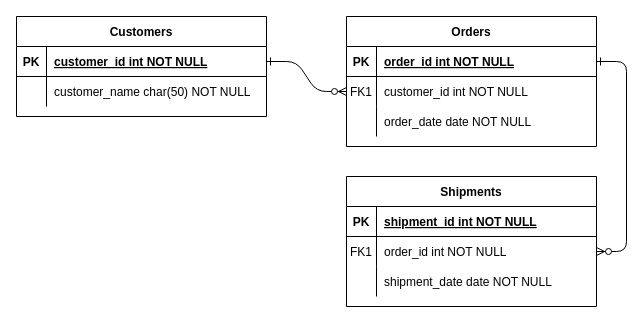
Earlier version of the draw.io diagram ER-diagram.drawio (rakshajp/arco-test). Source tidied: cells renumbered, new cells numbered last; positions are measured from the earlier drawing's top-left corner, leaving out a move shared by most shapes. Both pictures are drawn from the tidied source at 100%, with x=0, y=0 at pixel (16, 16).
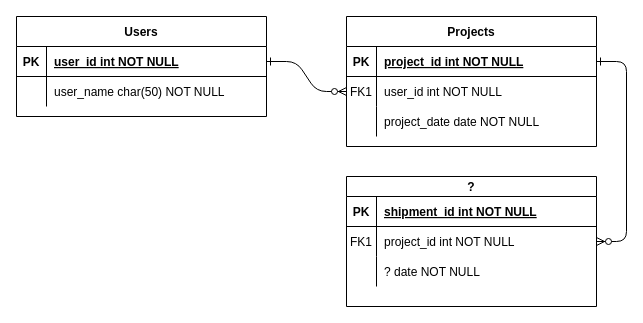
After the change.

Unchanged cells that the change refers to:
```xml
<mxCell id="5" style="shape=partialRectangle;fillColor=none;points=[[0,0.5],[1,0.5]];portConstraint=eastwest;top=0;left=0;right=0;bottom=1;" parent="4" vertex="1">
  <mxGeometry y="30" width="250" height="30" as="geometry" />
</mxCell>
<mxCell id="8" style="shape=partialRectangle;fillColor=none;points=[[0,0.5],[1,0.5]];portConstraint=eastwest;top=0;left=0;right=0;bottom=0;" parent="4" vertex="1">
  <mxGeometry y="60" width="250" height="30" as="geometry" />
</mxCell>
<mxCell id="11" style="shape=partialRectangle;fillColor=none;top=0;left=0;right=0;bottom=0;" parent="4" vertex="1">
  <mxGeometry y="90" width="250" height="30" as="geometry" />
</mxCell>
<mxCell id="25" style="shape=partialRectangle;fillColor=none;points=[[0,0.5],[1,0.5]];portConstraint=eastwest;top=0;left=0;right=0;bottom=1;" parent="24" vertex="1">
  <mxGeometry y="30" width="250" height="30" as="geometry" />
</mxCell>
<mxCell id="28" style="shape=partialRectangle;fillColor=none;top=0;left=0;right=0;bottom=0;" parent="24" vertex="1">
  <mxGeometry y="60" width="250" height="30" as="geometry" />
</mxCell>
```

The edit, as a diff of the source:
```diff
@@
-    <mxCell id="4" value="Orders" style="shape=table;startSize=30;childLayout=tableLayout;rowLines=0;fontStyle=1;align=center;" parent="1" vertex="1">
+    <mxCell id="4" value="Projects" style="shape=table;startSize=30;childLayout=tableLayout;rowLines=0;fontStyle=1;align=center;" parent="1" vertex="1">
       <mxGeometry x="330" width="250" height="130" as="geometry" />
     </mxCell>
@@
-    <mxCell id="7" value="order_id int NOT NULL " style="shape=partialRectangle;overflow=hidden;fillColor=none;top=0;left=0;bottom=0;right=0;align=left;spacingLeft=6;fontStyle=5;" parent="5" vertex="1">
+    <mxCell id="7" value="project_id int NOT NULL " style="shape=partialRectangle;overflow=hidden;fillColor=none;top=0;left=0;bottom=0;right=0;align=left;spacingLeft=6;fontStyle=5;" parent="5" vertex="1">
       <mxGeometry x="30" width="220" height="30" as="geometry" />
     </mxCell>
@@
-    <mxCell id="10" value="customer_id int NOT NULL" style="shape=partialRectangle;overflow=hidden;fillColor=none;top=0;left=0;bottom=0;right=0;align=left;spacingLeft=6;" parent="8" vertex="1">
+    <mxCell id="10" value="user_id int NOT NULL" style="shape=partialRectangle;overflow=hidden;fillColor=none;top=0;left=0;bottom=0;right=0;align=left;spacingLeft=6;" parent="8" vertex="1">
       <mxGeometry x="30" width="220" height="30" as="geometry" />
     </mxCell>
@@
-    <mxCell id="13" value="order_date date NOT NULL" style="shape=partialRectangle;overflow=hidden;fillColor=none;top=0;left=0;bottom=0;right=0;align=left;spacingLeft=6;" parent="11" vertex="1">
+    <mxCell id="13" value="project_date date NOT NULL" style="shape=partialRectangle;overflow=hidden;fillColor=none;top=0;left=0;bottom=0;right=0;align=left;spacingLeft=6;" parent="11" vertex="1">
       <mxGeometry x="30" width="220" height="30" as="geometry" />
     </mxCell>
-    <mxCell id="14" value="Shipments" style="shape=table;startSize=30;childLayout=tableLayout;rowLines=0;fontStyle=1;align=center;" parent="1" vertex="1">
+    <mxCell id="14" value="?" style="shape=table;startSize=20;childLayout=tableLayout;rowLines=0;fontStyle=1;align=center;" parent="1" vertex="1">
       <mxGeometry x="330" y="160" width="250" height="130" as="geometry" />
     </mxCell>
     <mxCell id="15" style="shape=partialRectangle;fillColor=none;top=0;left=0;right=0;bottom=1;" parent="14" vertex="1">
-      <mxGeometry y="30" width="250" height="30" as="geometry" />
+      <mxGeometry y="20" width="250" height="30" as="geometry" />
     </mxCell>
@@
     <mxCell id="18" style="shape=partialRectangle;fillColor=none;points=[[0,0.5],[1,0.5]];portConstraint=eastwest;top=0;left=0;right=0;bottom=0;" parent="14" vertex="1">
-      <mxGeometry y="60" width="250" height="30" as="geometry" />
+      <mxGeometry y="50" width="250" height="30" as="geometry" />
     </mxCell>
@@
-    <mxCell id="20" value="order_id int NOT NULL" style="shape=partialRectangle;overflow=hidden;fillColor=none;top=0;left=0;bottom=0;right=0;align=left;spacingLeft=6;" parent="18" vertex="1">
+    <mxCell id="20" value="project_id int NOT NULL" style="shape=partialRectangle;overflow=hidden;fillColor=none;top=0;left=0;bottom=0;right=0;align=left;spacingLeft=6;" parent="18" vertex="1">
       <mxGeometry x="30" width="220" height="30" as="geometry" />
     </mxCell>
     <mxCell id="21" style="shape=partialRectangle;fillColor=none;top=0;left=0;right=0;bottom=0;" parent="14" vertex="1">
-      <mxGeometry y="90" width="250" height="30" as="geometry" />
+      <mxGeometry y="80" width="250" height="30" as="geometry" />
     </mxCell>
@@
-    <mxCell id="23" value="shipment_date date NOT NULL" style="shape=partialRectangle;overflow=hidden;fillColor=none;top=0;left=0;bottom=0;right=0;align=left;spacingLeft=6;" parent="21" vertex="1">
+    <mxCell id="23" value="? date NOT NULL" style="shape=partialRectangle;overflow=hidden;fillColor=none;top=0;left=0;bottom=0;right=0;align=left;spacingLeft=6;" parent="21" vertex="1">
       <mxGeometry x="30" width="220" height="30" as="geometry" />
     </mxCell>
-    <mxCell id="24" value="Customers" style="shape=table;startSize=30;childLayout=tableLayout;rowLines=0;fontStyle=1;align=center;" parent="1" vertex="1">
+    <mxCell id="24" value="Users" style="shape=table;startSize=30;childLayout=tableLayout;rowLines=0;fontStyle=1;align=center;" parent="1" vertex="1">
       <mxGeometry width="250" height="100" as="geometry" />
     </mxCell>
@@
-    <mxCell id="27" value="customer_id int NOT NULL " style="shape=partialRectangle;overflow=hidden;fillColor=none;top=0;left=0;bottom=0;right=0;align=left;spacingLeft=6;fontStyle=5;" parent="25" vertex="1">
+    <mxCell id="27" value="user_id int NOT NULL " style="shape=partialRectangle;overflow=hidden;fillColor=none;top=0;left=0;bottom=0;right=0;align=left;spacingLeft=6;fontStyle=5;" parent="25" vertex="1">
       <mxGeometry x="30" width="220" height="30" as="geometry" />
     </mxCell>
@@
-    <mxCell id="30" value="customer_name char(50) NOT NULL" style="shape=partialRectangle;overflow=hidden;fillColor=none;top=0;left=0;bottom=0;right=0;align=left;spacingLeft=6;" parent="28" vertex="1">
+    <mxCell id="30" value="user_name char(50) NOT NULL" style="shape=partialRectangle;overflow=hidden;fillColor=none;top=0;left=0;bottom=0;right=0;align=left;spacingLeft=6;" parent="28" vertex="1">
       <mxGeometry x="30" width="220" height="30" as="geometry" />
     </mxCell>
```
